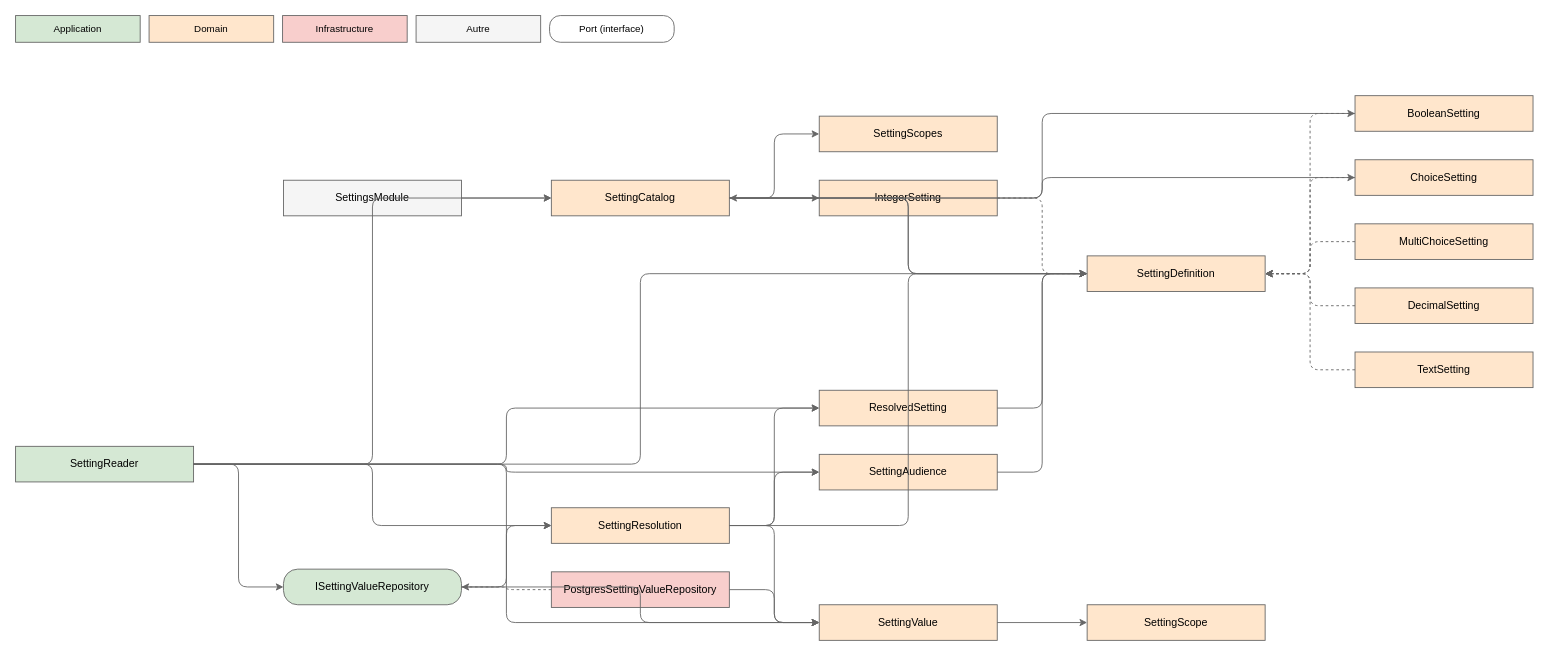
This is api/docs/diagrams/Core/Settings/settings.drawio from huiitre/Tools-app, a draw.io file, before an edit. Source tidied: cells renumbered, new cells numbered last; positions are measured from the earlier drawing's top-left corner, leaving out a move shared by most shapes. Both pictures are drawn from the tidied source at 89%, with x=0, y=0 at pixel (15, 15).
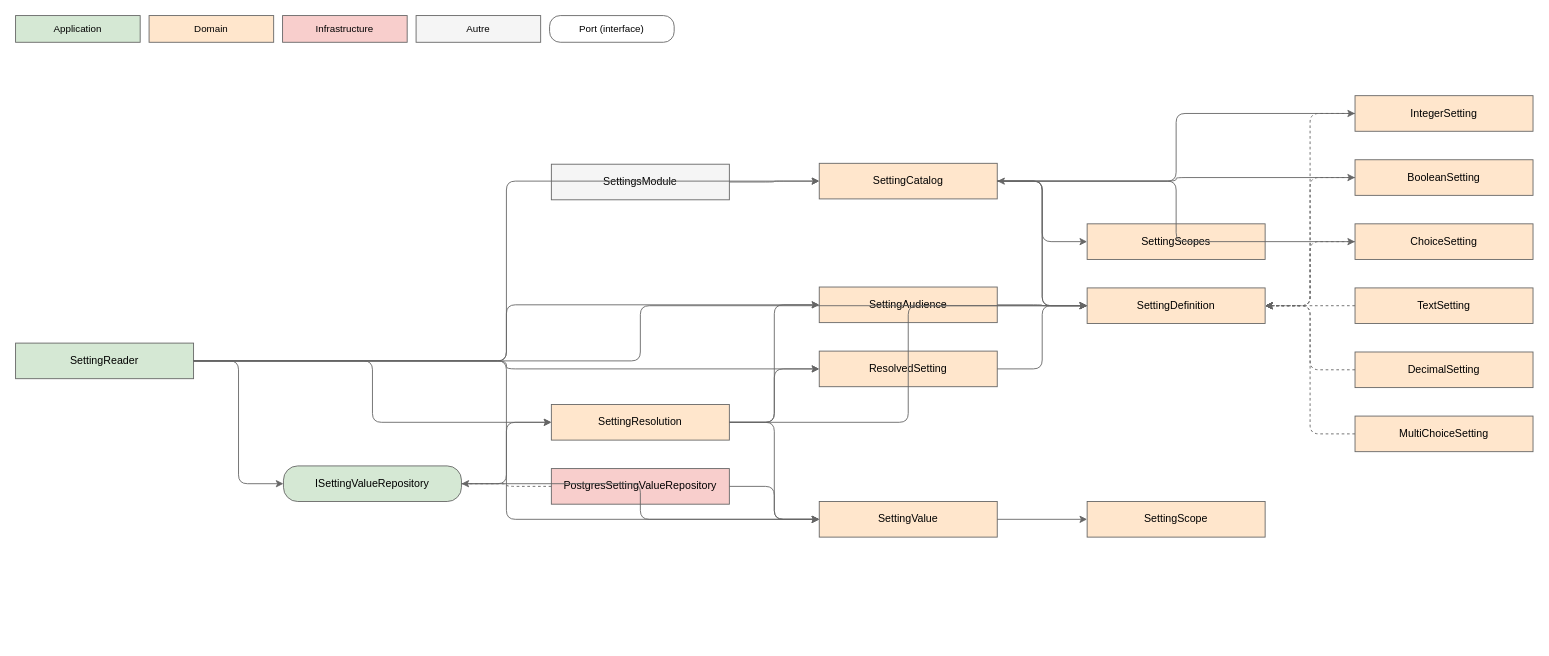
The same diagram, later.

Change to the diagram source:
```diff
@@
     <mxCell id="7" value="BooleanSetting" style="rounded=0;whiteSpace=wrap;html=1;fillColor=#ffe6cc;strokeColor=#666666;" parent="1" vertex="1">
-      <mxGeometry x="1505" y="90" width="200" height="40" as="geometry" />
+      <mxGeometry x="1505" y="162" width="200" height="40" as="geometry" />
     </mxCell>
     <mxCell id="8" value="ChoiceSetting" style="rounded=0;whiteSpace=wrap;html=1;fillColor=#ffe6cc;strokeColor=#666666;" parent="1" vertex="1">
-      <mxGeometry x="1505" y="162" width="200" height="40" as="geometry" />
+      <mxGeometry x="1505" y="234" width="200" height="40" as="geometry" />
     </mxCell>
     <mxCell id="9" value="DecimalSetting" style="rounded=0;whiteSpace=wrap;html=1;fillColor=#ffe6cc;strokeColor=#666666;" parent="1" vertex="1">
-      <mxGeometry x="1505" y="306" width="200" height="40" as="geometry" />
+      <mxGeometry x="1505" y="378" width="200" height="40" as="geometry" />
     </mxCell>
     <mxCell id="10" value="ISettingValueRepository" style="rounded=1;arcSize=40;whiteSpace=wrap;html=1;fillColor=#d5e8d4;strokeColor=#666666;" parent="1" vertex="1">
-      <mxGeometry x="301" y="622" width="200" height="40" as="geometry" />
+      <mxGeometry x="301" y="506" width="200" height="40" as="geometry" />
     </mxCell>
     <mxCell id="11" value="IntegerSetting" style="rounded=0;whiteSpace=wrap;html=1;fillColor=#ffe6cc;strokeColor=#666666;" parent="1" vertex="1">
-      <mxGeometry x="903" y="185" width="200" height="40" as="geometry" />
+      <mxGeometry x="1505" y="90" width="200" height="40" as="geometry" />
     </mxCell>
     <mxCell id="12" value="MultiChoiceSetting" style="rounded=0;whiteSpace=wrap;html=1;fillColor=#ffe6cc;strokeColor=#666666;" parent="1" vertex="1">
-      <mxGeometry x="1505" y="234" width="200" height="40" as="geometry" />
+      <mxGeometry x="1505" y="450" width="200" height="40" as="geometry" />
     </mxCell>
     <mxCell id="13" value="PostgresSettingValueRepository" style="rounded=0;whiteSpace=wrap;html=1;fillColor=#f8cecc;strokeColor=#666666;" parent="1" vertex="1">
-      <mxGeometry x="602" y="625" width="200" height="40" as="geometry" />
+      <mxGeometry x="602" y="509" width="200" height="40" as="geometry" />
     </mxCell>
     <mxCell id="14" value="ResolvedSetting" style="rounded=0;whiteSpace=wrap;html=1;fillColor=#ffe6cc;strokeColor=#666666;" parent="1" vertex="1">
-      <mxGeometry x="903" y="421" width="200" height="40" as="geometry" />
+      <mxGeometry x="903" y="377" width="200" height="40" as="geometry" />
     </mxCell>
     <mxCell id="15" value="SettingAudience" style="rounded=0;whiteSpace=wrap;html=1;fillColor=#ffe6cc;strokeColor=#666666;" parent="1" vertex="1">
-      <mxGeometry x="903" y="493" width="200" height="40" as="geometry" />
+      <mxGeometry x="903" y="305" width="200" height="40" as="geometry" />
     </mxCell>
     <mxCell id="16" value="SettingCatalog" style="rounded=0;whiteSpace=wrap;html=1;fillColor=#ffe6cc;strokeColor=#666666;" parent="1" vertex="1">
-      <mxGeometry x="602" y="185" width="200" height="40" as="geometry" />
+      <mxGeometry x="903" y="166" width="200" height="40" as="geometry" />
     </mxCell>
     <mxCell id="17" value="SettingDefinition" style="rounded=0;whiteSpace=wrap;html=1;fillColor=#ffe6cc;strokeColor=#666666;" parent="1" vertex="1">
-      <mxGeometry x="1204" y="270" width="200" height="40" as="geometry" />
+      <mxGeometry x="1204" y="306" width="200" height="40" as="geometry" />
     </mxCell>
     <mxCell id="18" value="SettingReader" style="rounded=0;whiteSpace=wrap;html=1;fillColor=#d5e8d4;strokeColor=#666666;" parent="1" vertex="1">
-      <mxGeometry y="484" width="200" height="40" as="geometry" />
+      <mxGeometry y="368" width="200" height="40" as="geometry" />
     </mxCell>
     <mxCell id="19" value="SettingResolution" style="rounded=0;whiteSpace=wrap;html=1;fillColor=#ffe6cc;strokeColor=#666666;" parent="1" vertex="1">
-      <mxGeometry x="602" y="553" width="200" height="40" as="geometry" />
+      <mxGeometry x="602" y="437" width="200" height="40" as="geometry" />
     </mxCell>
     <mxCell id="20" value="SettingScope" style="rounded=0;whiteSpace=wrap;html=1;fillColor=#ffe6cc;strokeColor=#666666;" parent="1" vertex="1">
-      <mxGeometry x="1204" y="662" width="200" height="40" as="geometry" />
+      <mxGeometry x="1204" y="546" width="200" height="40" as="geometry" />
     </mxCell>
     <mxCell id="21" value="SettingScopes" style="rounded=0;whiteSpace=wrap;html=1;fillColor=#ffe6cc;strokeColor=#666666;" parent="1" vertex="1">
-      <mxGeometry x="903" y="113" width="200" height="40" as="geometry" />
+      <mxGeometry x="1204" y="234" width="200" height="40" as="geometry" />
     </mxCell>
     <mxCell id="22" value="SettingValue" style="rounded=0;whiteSpace=wrap;html=1;fillColor=#ffe6cc;strokeColor=#666666;" parent="1" vertex="1">
-      <mxGeometry x="903" y="662" width="200" height="40" as="geometry" />
+      <mxGeometry x="903" y="546" width="200" height="40" as="geometry" />
     </mxCell>
     <mxCell id="23" value="SettingsModule" style="rounded=0;whiteSpace=wrap;html=1;fillColor=#f5f5f5;strokeColor=#666666;" parent="1" vertex="1">
-      <mxGeometry x="301" y="185" width="200" height="40" as="geometry" />
+      <mxGeometry x="602" y="167" width="200" height="40" as="geometry" />
     </mxCell>
     <mxCell id="24" value="TextSetting" style="rounded=0;whiteSpace=wrap;html=1;fillColor=#ffe6cc;strokeColor=#666666;" parent="1" vertex="1">
-      <mxGeometry x="1505" y="378" width="200" height="40" as="geometry" />
+      <mxGeometry x="1505" y="306" width="200" height="40" as="geometry" />
     </mxCell>
@@
-    <mxCell id="30" style="edgeStyle=orthogonalEdgeStyle;rounded=1;html=1;jettySize=auto;exitX=1;exitY=0.5;entryX=0;entryY=0.5;exitDx=0;exitDy=0;entryDx=0;entryDy=0;strokeColor=#666666;dashed=1;" parent="1" edge="1" source="11" target="17">
+    <mxCell id="30" style="edgeStyle=orthogonalEdgeStyle;rounded=1;html=1;jettySize=auto;exitX=0;exitY=0.5;entryX=1;entryY=0.5;exitDx=0;exitDy=0;entryDx=0;entryDy=0;strokeColor=#666666;dashed=1;" parent="1" edge="1" source="11" target="17">
       <mxGeometry relative="1" as="geometry" />
     </mxCell>
```
